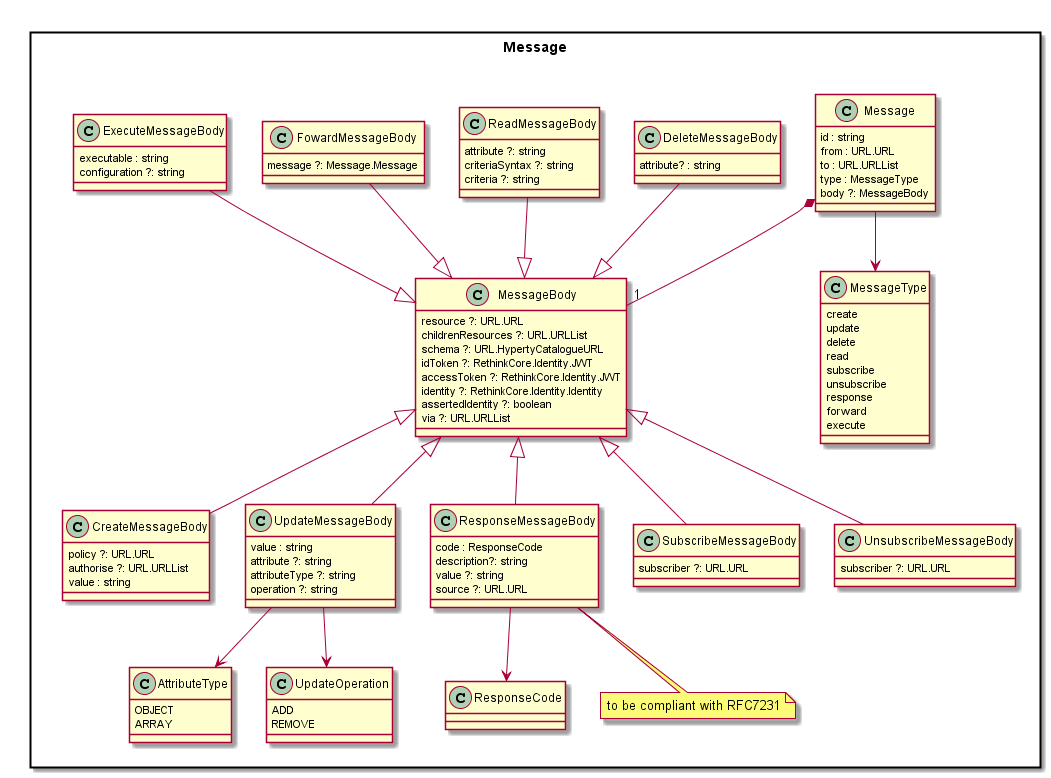
Before: docs/datamodel/Message-Data-Model.png, a diagram exported from PlantUML (reTHINK-project/dev-service-framework).
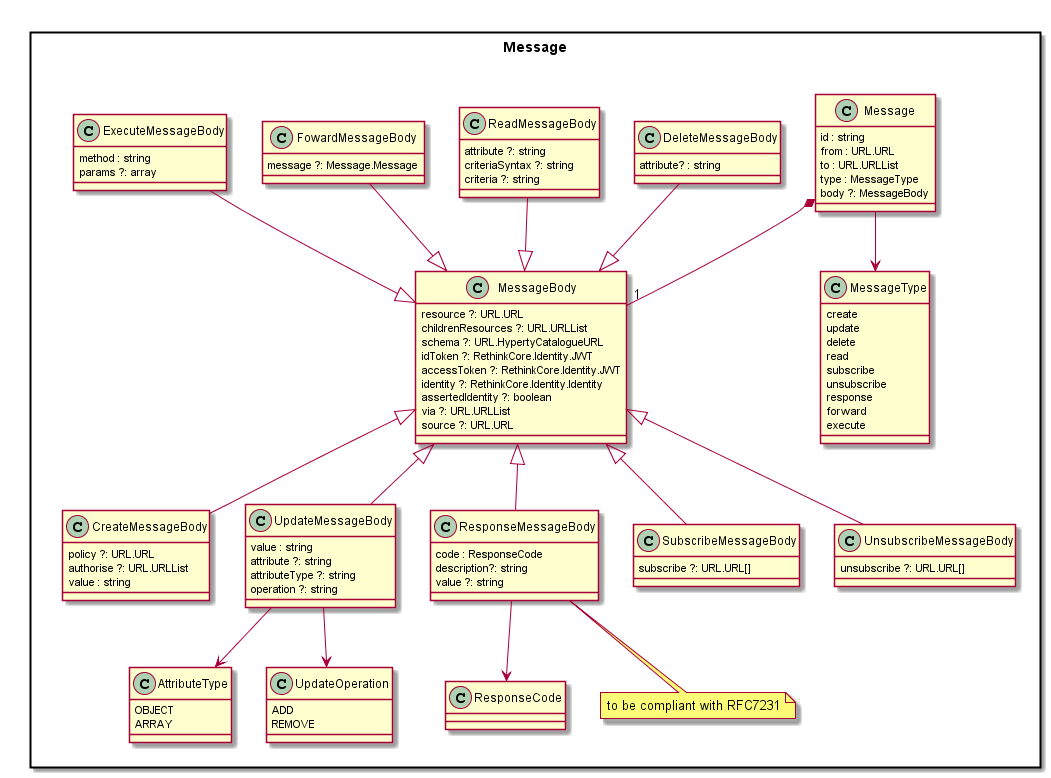
After the commit.

Change to the diagram source:
```diff
@@ -19,6 +19,7 @@
 		identity ?: RethinkCore.Identity.Identity
 		assertedIdentity ?: boolean
 		via ?: URL.URLList
+		source ?: URL.URL
 	}
 
 	class CreateMessageBody {
@@ -41,7 +42,6 @@
 		code : ResponseCode
 		description?: string
 		value ?: string
-		source ?: URL.URL
 	}
 	note bottom : to be compliant with RFC7231
 
@@ -56,11 +56,11 @@
 	}
 
 	class SubscribeMessageBody {
-		subscriber ?: URL.URL
+		subscribe ?: URL.URL[]
 	}
 
 	class UnsubscribeMessageBody {
-		subscriber ?: URL.URL
+		unsubscribe ?: URL.URL[]
 	}
 
 	class FowardMessageBody {
@@ -68,8 +68,8 @@
 	}
 
 	class ExecuteMessageBody {
-		executable : string
-		configuration ?: string
+		method : string
+		params ?: array
 	}
 
 	class MessageType {
```
